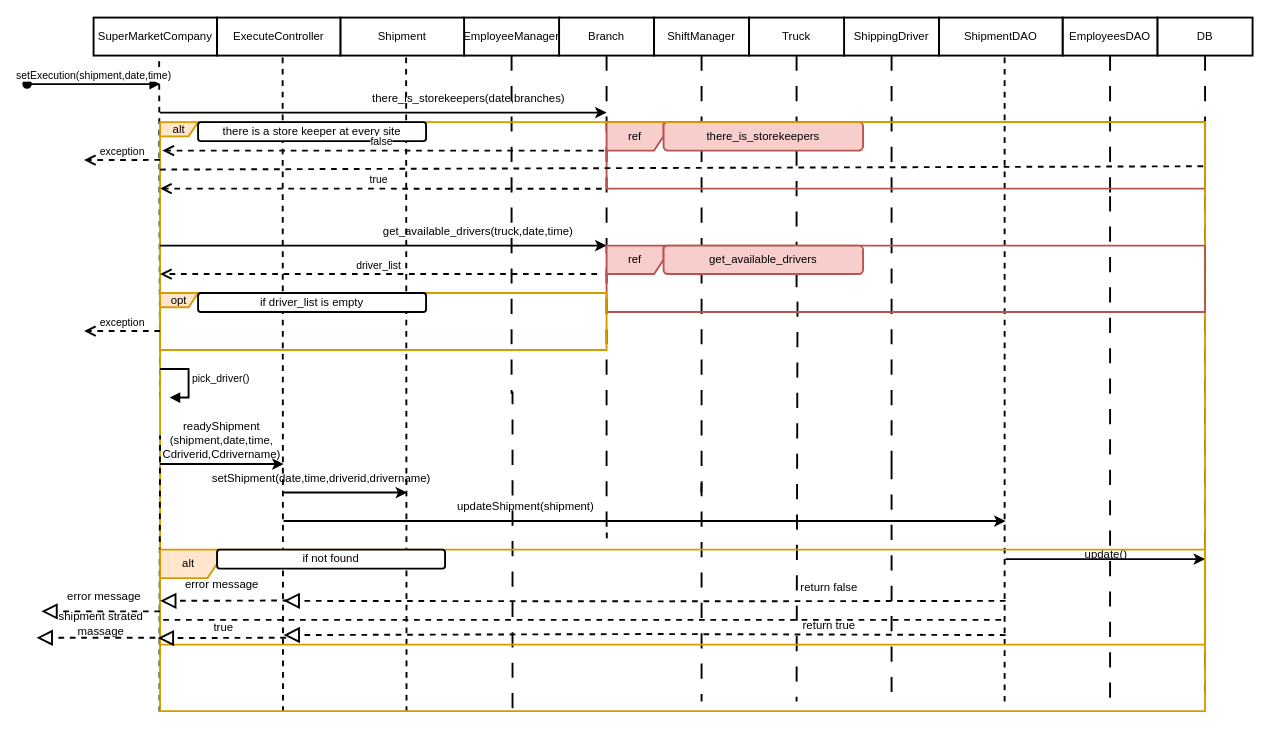
omerad1/drw keeps this draw.io diagram as SetExecution-sequene.drawio. Above is the earlier version. Source tidied: cells renumbered, new cells numbered last; positions are measured from the earlier drawing's top-left corner, leaving out a move shared by most shapes. Both pictures are drawn from the tidied source at 95%, with x=0, y=0 at pixel (27, 17).
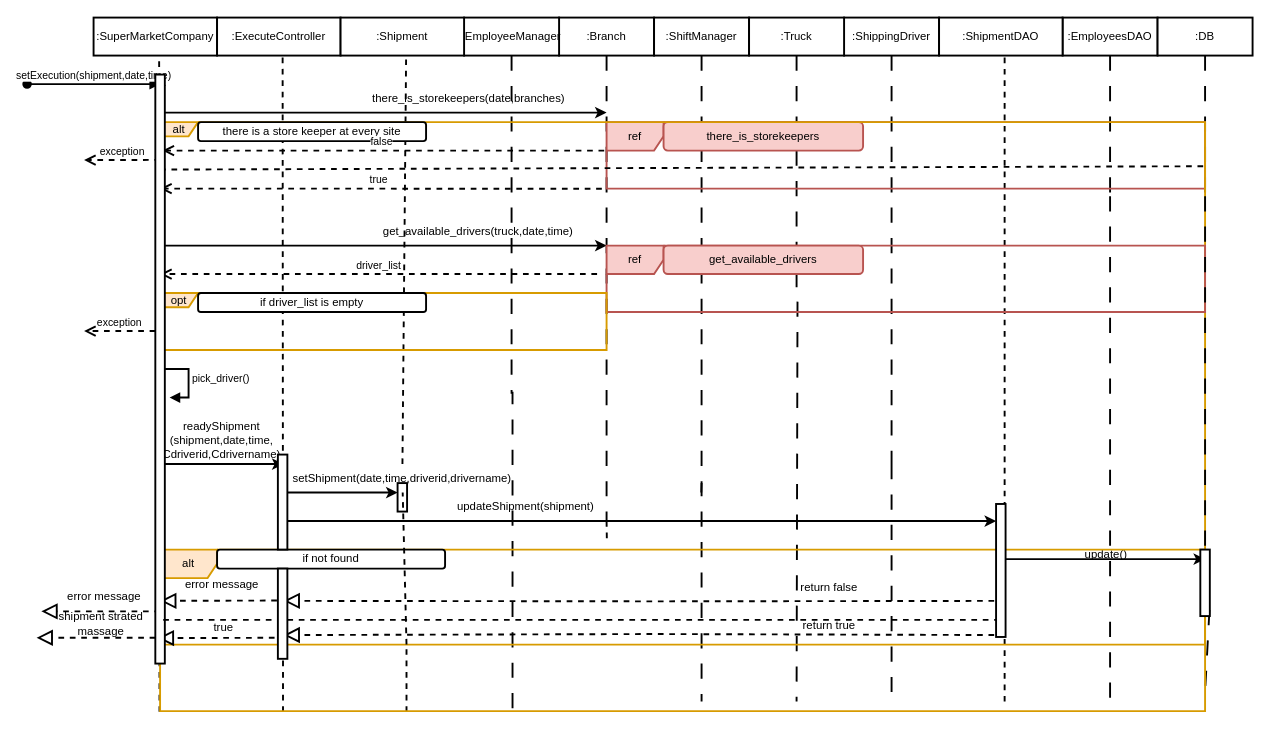
Above is the later version.

Unchanged cells that the change refers to:
```xml
<mxCell id="62" value="alt" style="shape=umlFrame;whiteSpace=wrap;html=1;strokeWidth=2;labelBackgroundColor=none;fillColor=#ffe6cc;strokeColor=#d79b00;fontStyle=0;" parent="1" vertex="1">
  <mxGeometry x="140" y="560" width="1100" height="100" as="geometry" />
</mxCell>
```

Change to the diagram source:
```diff
@@
-    <mxCell id="3" value="Branch" style="rounded=0;whiteSpace=wrap;html=1;labelBackgroundColor=none;strokeWidth=2;fontStyle=0;" parent="1" vertex="1">
+    <mxCell id="3" value=":Branch" style="rounded=0;whiteSpace=wrap;html=1;labelBackgroundColor=none;strokeWidth=2;fontStyle=0;" parent="1" vertex="1">
       <mxGeometry x="560" width="100" height="40" as="geometry" />
     </mxCell>
@@
-    <mxCell id="5" value="EmployeeManager" style="rounded=0;whiteSpace=wrap;html=1;labelBackgroundColor=none;strokeWidth=2;fontStyle=0;" parent="1" vertex="1">
+    <mxCell id="5" value=":EmployeeManager" style="rounded=0;whiteSpace=wrap;html=1;labelBackgroundColor=none;strokeWidth=2;fontStyle=0;" parent="1" vertex="1">
       <mxGeometry x="460" width="100" height="40" as="geometry" />
     </mxCell>
@@
-    <mxCell id="8" value="ShiftManager" style="rounded=0;whiteSpace=wrap;html=1;labelBackgroundColor=none;strokeWidth=2;fontStyle=0;" parent="1" vertex="1">
+    <mxCell id="8" value=":ShiftManager" style="rounded=0;whiteSpace=wrap;html=1;labelBackgroundColor=none;strokeWidth=2;fontStyle=0;" parent="1" vertex="1">
       <mxGeometry x="660" width="100" height="40" as="geometry" />
     </mxCell>
@@
-    <mxCell id="11" value="ShippingDriver" style="rounded=0;whiteSpace=wrap;html=1;labelBackgroundColor=none;strokeWidth=2;fontStyle=0;" parent="1" vertex="1">
+    <mxCell id="11" value=":ShippingDriver" style="rounded=0;whiteSpace=wrap;html=1;labelBackgroundColor=none;strokeWidth=2;fontStyle=0;" parent="1" vertex="1">
       <mxGeometry x="860" width="100" height="40" as="geometry" />
     </mxCell>
@@
-    <mxCell id="14" value="Truck" style="rounded=0;whiteSpace=wrap;html=1;labelBackgroundColor=none;strokeWidth=2;fontStyle=0;" parent="1" vertex="1">
+    <mxCell id="14" value=":Truck" style="rounded=0;whiteSpace=wrap;html=1;labelBackgroundColor=none;strokeWidth=2;fontStyle=0;" parent="1" vertex="1">
       <mxGeometry x="760" width="100" height="40" as="geometry" />
     </mxCell>
@@
-    <mxCell id="16" value="EmployeesDAO" style="rounded=0;whiteSpace=wrap;html=1;labelBackgroundColor=none;strokeWidth=2;fontStyle=0;" parent="1" vertex="1">
+    <mxCell id="16" value=":EmployeesDAO" style="rounded=0;whiteSpace=wrap;html=1;labelBackgroundColor=none;strokeWidth=2;fontStyle=0;" parent="1" vertex="1">
       <mxGeometry x="1090" width="100" height="40" as="geometry" />
     </mxCell>
@@
-    <mxCell id="18" value="DB" style="rounded=0;whiteSpace=wrap;html=1;labelBackgroundColor=none;strokeWidth=2;fontStyle=0;" parent="1" vertex="1">
+    <mxCell id="18" value=":DB" style="rounded=0;whiteSpace=wrap;html=1;labelBackgroundColor=none;strokeWidth=2;fontStyle=0;" parent="1" vertex="1">
       <mxGeometry x="1190" width="100" height="40" as="geometry" />
     </mxCell>
@@
-    <mxCell id="20" style="endArrow=none;html=1;rounded=0;fontColor=default;exitX=0.96;exitY=0.909;exitDx=0;exitDy=0;exitPerimeter=0;dashed=1;dashPattern=8 8;endFill=0;labelBackgroundColor=none;strokeWidth=2;fontStyle=0;" parent="1" edge="1">
+    <mxCell id="20" style="endArrow=none;html=1;rounded=0;fontColor=default;exitX=0.96;exitY=0.909;exitDx=0;exitDy=0;exitPerimeter=0;dashed=1;dashPattern=8 8;endFill=0;labelBackgroundColor=none;strokeWidth=2;fontStyle=0;" parent="1" edge="1" source="84">
       <mxGeometry relative="1" as="geometry">
-        <mxPoint x="1240" y="188" as="sourcePoint" />
         <mxPoint x="1240" y="710" as="targetPoint" />
       </mxGeometry>
     </mxCell>
-    <mxCell id="21" value="SuperMarketCompany" style="rounded=0;whiteSpace=wrap;html=1;labelBackgroundColor=none;strokeWidth=2;fontStyle=0;" parent="1" vertex="1">
+    <mxCell id="21" value=":SuperMarketCompany" style="rounded=0;whiteSpace=wrap;html=1;labelBackgroundColor=none;strokeWidth=2;fontStyle=0;" parent="1" vertex="1">
       <mxGeometry x="70" width="130" height="40" as="geometry" />
     </mxCell>
@@
-    <mxCell id="24" value="ExecuteController" style="rounded=0;whiteSpace=wrap;html=1;labelBackgroundColor=none;strokeWidth=2;fontStyle=0;" parent="1" vertex="1">
+    <mxCell id="24" value=":ExecuteController" style="rounded=0;whiteSpace=wrap;html=1;labelBackgroundColor=none;strokeWidth=2;fontStyle=0;" parent="1" vertex="1">
       <mxGeometry x="200" width="130" height="40" as="geometry" />
     </mxCell>
@@
-    <mxCell id="27" value="Shipment" style="rounded=0;whiteSpace=wrap;html=1;labelBackgroundColor=none;strokeWidth=2;fontStyle=0;" parent="1" vertex="1">
+    <mxCell id="27" value=":Shipment" style="rounded=0;whiteSpace=wrap;html=1;labelBackgroundColor=none;strokeWidth=2;fontStyle=0;" parent="1" vertex="1">
       <mxGeometry x="330" width="130" height="40" as="geometry" />
     </mxCell>
-    <mxCell id="28" style="endArrow=none;dashed=1;html=1;rounded=0;fontStyle=0;strokeWidth=2;" parent="1" edge="1">
+    <mxCell id="28" style="endArrow=none;dashed=1;html=1;rounded=0;fontStyle=0;strokeWidth=2;" parent="1" edge="1" source="57">
       <mxGeometry relative="1" as="geometry">
-        <mxPoint x="399.4" y="660" as="sourcePoint" />
         <mxPoint x="399" y="40" as="targetPoint" />
       </mxGeometry>
     </mxCell>
@@
-    <mxCell id="30" value="ShipmentDAO" style="rounded=0;whiteSpace=wrap;html=1;labelBackgroundColor=none;strokeWidth=2;fontStyle=0;" parent="1" vertex="1">
+    <mxCell id="30" value=":ShipmentDAO" style="rounded=0;whiteSpace=wrap;html=1;labelBackgroundColor=none;strokeWidth=2;fontStyle=0;" parent="1" vertex="1">
       <mxGeometry x="960" width="130" height="40" as="geometry" />
     </mxCell>
@@
-    <mxCell id="51" value="exception" style="html=1;verticalAlign=bottom;endArrow=open;dashed=1;endSize=8;edgeStyle=elbowEdgeStyle;elbow=vertical;curved=0;rounded=0;strokeWidth=2;fontStyle=0;" parent="1" edge="1">
+    <mxCell id="51" value="exception" style="html=1;verticalAlign=bottom;endArrow=open;dashed=1;endSize=8;edgeStyle=elbowEdgeStyle;elbow=vertical;curved=0;rounded=0;strokeWidth=2;fontStyle=0;" parent="1" edge="1" source="78">
       <mxGeometry relative="1" as="geometry">
-        <mxPoint x="140" y="330" as="sourcePoint" />
         <mxPoint x="60" y="330" as="targetPoint" />
       </mxGeometry>
     </mxCell>
@@
-    <mxCell id="56" style="endArrow=classic;html=1;rounded=0;strokeWidth=2;fontStyle=0;" parent="1" edge="1">
+    <mxCell id="56" style="endArrow=classic;html=1;rounded=0;strokeWidth=2;fontStyle=0;" parent="1" edge="1" target="80">
       <mxGeometry relative="1" as="geometry">
         <mxPoint x="270" y="500" as="sourcePoint" />
-        <mxPoint x="400" y="500" as="targetPoint" />
       </mxGeometry>
     </mxCell>
-    <mxCell id="57" value="setShipment(date,time,driverid,drivername)" style="text;html=1;strokeColor=none;fillColor=none;align=center;verticalAlign=middle;whiteSpace=wrap;rounded=0;strokeWidth=2;fontStyle=0;" parent="1" vertex="1">
-      <mxGeometry x="260" y="470" width="100" height="30" as="geometry" />
-    </mxCell>
-    <mxCell id="58" style="endArrow=classic;html=1;rounded=0;strokeWidth=2;fontStyle=0;" parent="1" edge="1">
+    <mxCell id="58" style="endArrow=classic;html=1;rounded=0;strokeWidth=2;fontStyle=0;" parent="1" edge="1" target="82">
       <mxGeometry relative="1" as="geometry">
         <mxPoint x="270" y="530" as="sourcePoint" />
-        <mxPoint x="1030" y="530" as="targetPoint" />
       </mxGeometry>
     </mxCell>
@@
-    <mxCell id="69" style="endArrow=none;dashed=1;html=1;rounded=0;exitX=0.003;exitY=0.74;exitDx=0;exitDy=0;exitPerimeter=0;strokeWidth=2;fontStyle=0;" parent="1" edge="1" source="62">
+    <mxCell id="69" style="endArrow=none;dashed=1;html=1;rounded=0;strokeWidth=2;fontStyle=0;" parent="1" edge="1" source="86">
       <mxGeometry relative="1" as="geometry">
         <mxPoint x="1030" y="634" as="targetPoint" />
       </mxGeometry>
     </mxCell>
@@
+    <mxCell id="77" style="html=1;verticalAlign=bottom;endArrow=open;dashed=1;endSize=8;edgeStyle=elbowEdgeStyle;elbow=vertical;curved=0;rounded=0;strokeWidth=2;fontStyle=0;" parent="1" edge="1" target="78">
+      <mxGeometry relative="1" as="geometry">
+        <mxPoint x="140" y="330" as="sourcePoint" />
+      </mxGeometry>
+    </mxCell>
+    <mxCell id="78" style="points=[];perimeter=orthogonalPerimeter;outlineConnect=0;targetShapes=umlLifeline;portConstraint=eastwest;newEdgeStyle={&quot;edgeStyle&quot;:&quot;elbowEdgeStyle&quot;,&quot;elbow&quot;:&quot;vertical&quot;,&quot;curved&quot;:0,&quot;rounded&quot;:0};strokeWidth=2;labelBackgroundColor=none;fillColor=default;fontColor=default;html=1;" parent="1" vertex="1">
+      <mxGeometry x="135" y="60" width="10" height="620" as="geometry" />
+    </mxCell>
+    <mxCell id="79" style="perimeter=orthogonalPerimeter;targetShapes=umlLifeline;newEdgeStyle={&quot;edgeStyle&quot;:&quot;elbowEdgeStyle&quot;,&quot;elbow&quot;:&quot;vertical&quot;,&quot;curved&quot;:0,&quot;rounded&quot;:0};strokeWidth=2;labelBackgroundColor=none;fillColor=default;fontColor=default;html=1;" parent="1" vertex="1">
+      <mxGeometry x="264" y="460" width="10" height="100" as="geometry" />
+    </mxCell>
+    <mxCell id="80" style="points=[];perimeter=orthogonalPerimeter;outlineConnect=0;targetShapes=umlLifeline;portConstraint=eastwest;newEdgeStyle={&quot;edgeStyle&quot;:&quot;elbowEdgeStyle&quot;,&quot;elbow&quot;:&quot;vertical&quot;,&quot;curved&quot;:0,&quot;rounded&quot;:0};strokeWidth=2;labelBackgroundColor=none;fillColor=default;fontColor=default;html=1;" parent="1" vertex="1">
+      <mxGeometry x="390" y="490" width="10" height="30" as="geometry" />
+    </mxCell>
+    <mxCell id="81" style="endArrow=none;dashed=1;html=1;rounded=0;fontStyle=0;strokeWidth=2;" parent="1" edge="1" target="57">
+      <mxGeometry relative="1" as="geometry">
+        <mxPoint x="399.4" y="660" as="sourcePoint" />
+      </mxGeometry>
+    </mxCell>
+    <mxCell id="57" value="setShipment(date,time,driverid,drivername)" style="text;html=1;strokeColor=none;fillColor=none;align=center;verticalAlign=middle;whiteSpace=wrap;rounded=0;strokeWidth=2;fontStyle=0;" parent="1" vertex="1">
+      <mxGeometry x="345" y="470" width="100" height="30" as="geometry" />
+    </mxCell>
+    <mxCell id="82" style="points=[];perimeter=orthogonalPerimeter;outlineConnect=0;targetShapes=umlLifeline;portConstraint=eastwest;newEdgeStyle={&quot;edgeStyle&quot;:&quot;elbowEdgeStyle&quot;,&quot;elbow&quot;:&quot;vertical&quot;,&quot;curved&quot;:0,&quot;rounded&quot;:0};strokeWidth=2;labelBackgroundColor=none;fillColor=default;fontColor=default;html=1;" parent="1" vertex="1">
+      <mxGeometry x="1020" y="512" width="10" height="140" as="geometry" />
+    </mxCell>
+    <mxCell id="83" style="endArrow=none;html=1;rounded=0;fontColor=default;exitX=0.96;exitY=0.909;exitDx=0;exitDy=0;exitPerimeter=0;dashed=1;dashPattern=8 8;endFill=0;labelBackgroundColor=none;strokeWidth=2;fontStyle=0;" parent="1" edge="1" target="84">
+      <mxGeometry relative="1" as="geometry">
+        <mxPoint x="1240" y="188" as="sourcePoint" />
+      </mxGeometry>
+    </mxCell>
+    <mxCell id="84" style="points=[];perimeter=orthogonalPerimeter;outlineConnect=0;targetShapes=umlLifeline;portConstraint=eastwest;newEdgeStyle={&quot;edgeStyle&quot;:&quot;elbowEdgeStyle&quot;,&quot;elbow&quot;:&quot;vertical&quot;,&quot;curved&quot;:0,&quot;rounded&quot;:0};strokeWidth=2;labelBackgroundColor=none;fillColor=default;fontColor=default;html=1;" parent="1" vertex="1">
+      <mxGeometry x="1235" y="560" width="10" height="70" as="geometry" />
+    </mxCell>
+    <mxCell id="85" style="endArrow=none;dashed=1;html=1;rounded=0;exitX=0.003;exitY=0.74;exitDx=0;exitDy=0;exitPerimeter=0;strokeWidth=2;fontStyle=0;" parent="1" edge="1" source="62" target="86">
+      <mxGeometry relative="1" as="geometry" />
+    </mxCell>
+    <mxCell id="86" style="points=[];perimeter=orthogonalPerimeter;outlineConnect=0;targetShapes=umlLifeline;portConstraint=eastwest;newEdgeStyle={&quot;edgeStyle&quot;:&quot;elbowEdgeStyle&quot;,&quot;elbow&quot;:&quot;vertical&quot;,&quot;curved&quot;:0,&quot;rounded&quot;:0};strokeWidth=2;labelBackgroundColor=none;fillColor=default;fontColor=default;html=1;" parent="1" vertex="1">
+      <mxGeometry x="264" y="580" width="10" height="95" as="geometry" />
+    </mxCell>
```
